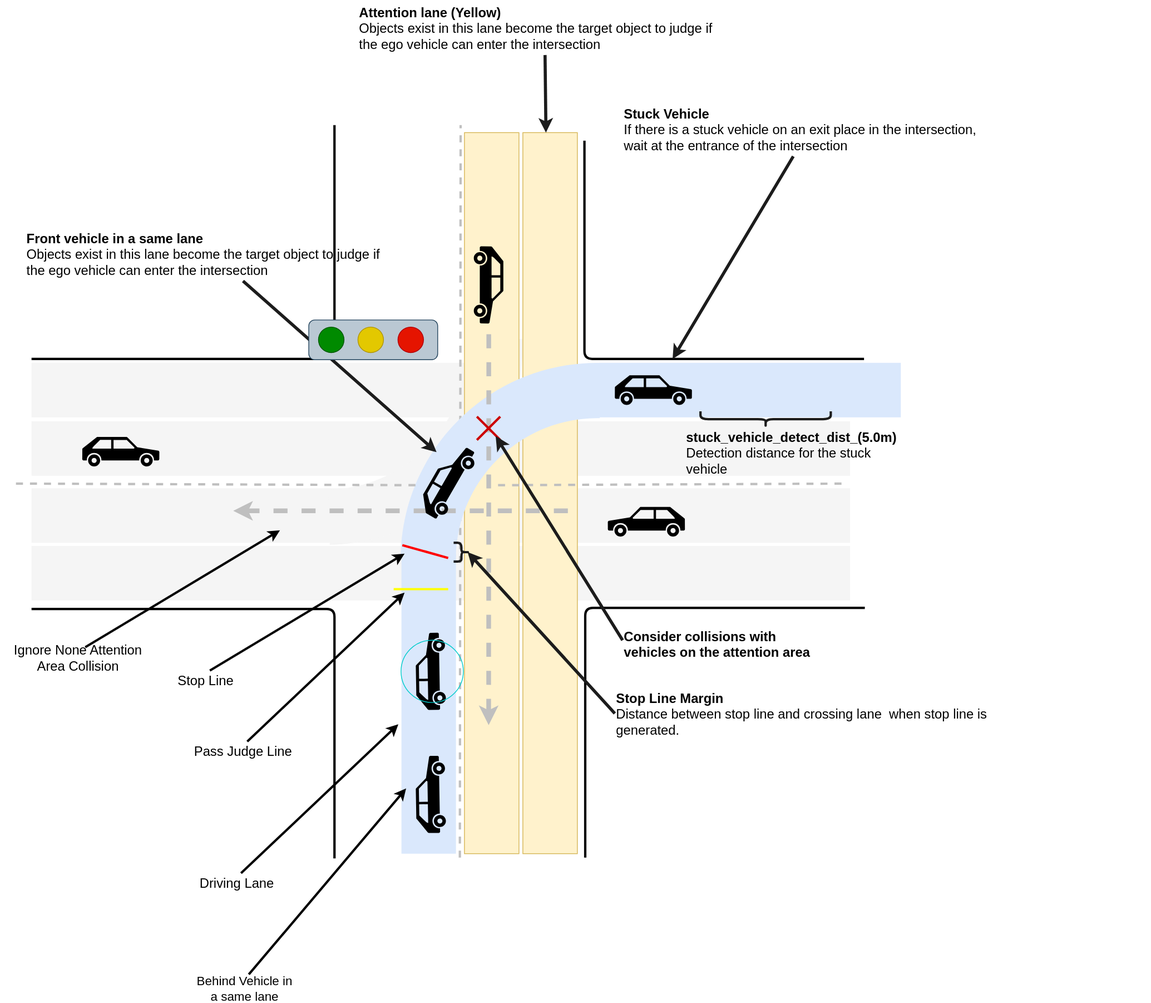
Before: main/planning/behavior_velocity_planner/docs/intersection/intersection.drawio.svg, a diagram exported from draw.io (leo-drive/avte.autoware_universe). Source tidied: cells renumbered, new cells last; positions are measured from the earlier drawing's top-left corner, leaving out a move shared by most shapes.
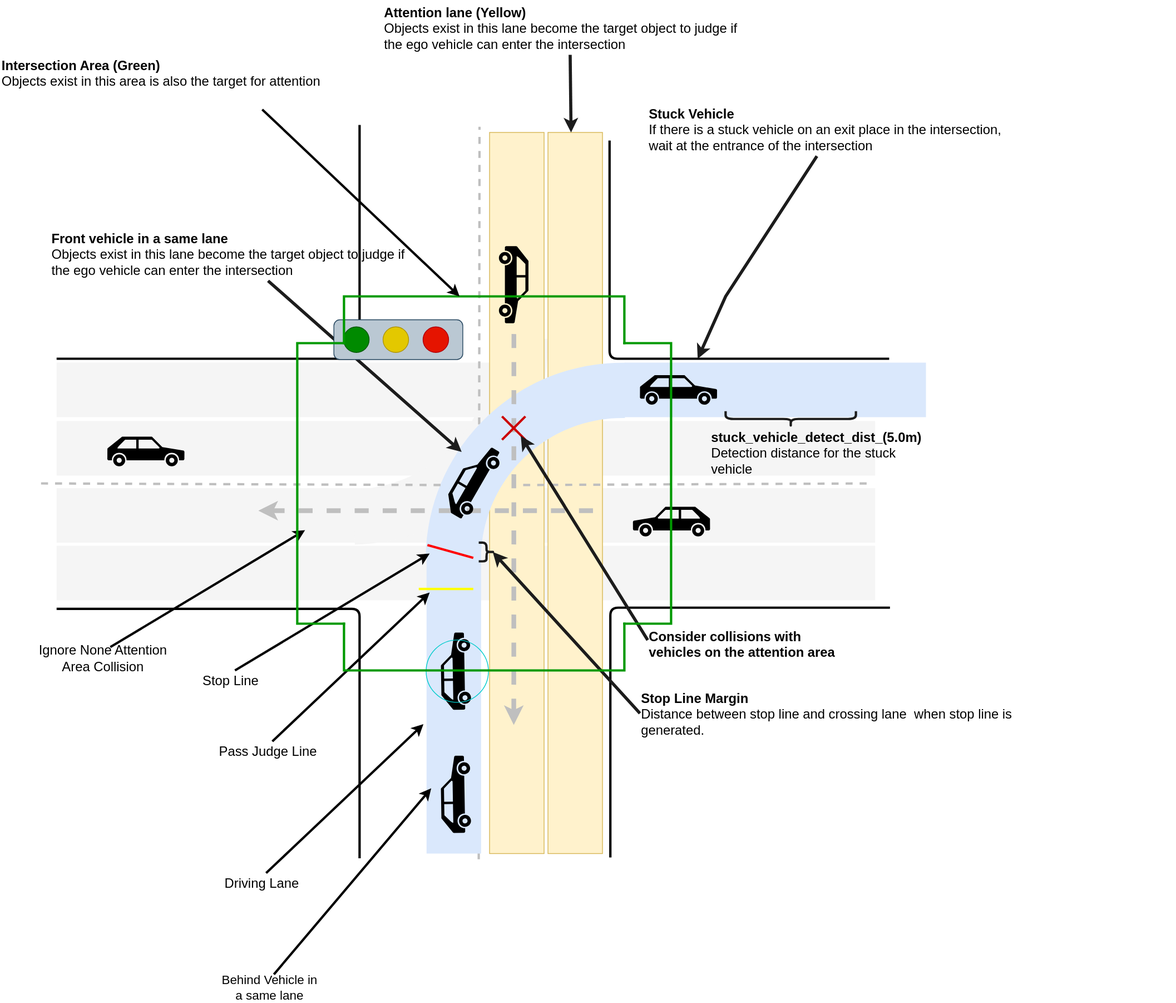
The same file after the commit.

Change to the diagram source:
```diff
@@ -49,8 +49,8 @@
     </mxCell>
     <mxCell id="11" style="endArrow=none;html=1;strokeWidth=3;dashed=1;strokeColor=#BFBFBF;" parent="1" edge="1">
       <mxGeometry relative="1" as="geometry">
-        <mxPoint x="590" y="1100" as="sourcePoint" />
-        <mxPoint x="591" y="160" as="targetPoint" />
+        <mxPoint x="582" y="1102.3" as="sourcePoint" />
+        <mxPoint x="583" y="162.3" as="targetPoint" />
       </mxGeometry>
     </mxCell>
     <mxCell id="12" style="rounded=0;whiteSpace=wrap;html=1;fillColor=#dae8fc;rotation=90;strokeColor=none;" parent="1" vertex="1">
@@ -178,6 +178,9 @@
     <mxCell id="39" style="edgeStyle=none;rounded=0;jettySize=auto;html=1;entryX=0.25;entryY=0;entryDx=0;entryDy=0;startArrow=none;startFill=0;strokeColor=#1C1C1C;strokeWidth=4;" parent="1" edge="1" source="40">
       <mxGeometry relative="1" as="geometry">
         <mxPoint x="863.1" y="460.1" as="targetPoint" />
+        <Array as="points">
+          <mxPoint x="899" y="380" />
+        </Array>
       </mxGeometry>
     </mxCell>
     <mxCell id="40" value="&lt;b style=&quot;font-weight: normal ; font-size: 17px&quot; id=&quot;docs-internal-guid-3cb50825-7fff-e35d-befe-7d4a0cd7d086&quot;&gt;&lt;font style=&quot;font-size: 17px&quot;&gt;&lt;p dir=&quot;ltr&quot; style=&quot;line-height: 1.2 ; margin-top: 0pt ; margin-bottom: 0pt&quot;&gt;&lt;span style=&quot;font-family: &amp;#34;arial&amp;#34; ; color: rgb(0 , 0 , 0) ; background-color: transparent ; font-weight: 700 ; font-style: normal ; font-variant: normal ; text-decoration: none ; vertical-align: baseline&quot;&gt;Stuck Vehicle&lt;/span&gt;&lt;/p&gt;&lt;p dir=&quot;ltr&quot; style=&quot;line-height: 1.2 ; margin-top: 0pt ; margin-bottom: 0pt&quot;&gt;&lt;span style=&quot;font-family: &amp;#34;arial&amp;#34; ; color: rgb(0 , 0 , 0) ; background-color: transparent ; font-weight: 400 ; font-style: normal ; font-variant: normal ; text-decoration: none ; vertical-align: baseline&quot;&gt;If there is a stuck vehicle on an exit place in the intersection, wait at the entrance of the intersection&lt;/span&gt;&lt;/p&gt;&lt;/font&gt;&lt;/b&gt;" style="text;whiteSpace=wrap;html=1;" parent="1" vertex="1">
@@ -275,5 +278,26 @@
     <mxCell id="68" style="ellipse;whiteSpace=wrap;html=1;fillColor=none;strokeColor=#00CCCC;" parent="1" vertex="1">
       <mxGeometry x="514.5" y="821" width="80" height="80" as="geometry" />
     </mxCell>
+    <mxCell id="69" style="shape=partialRectangle;whiteSpace=wrap;html=1;bottom=1;right=1;left=1;top=0;fillColor=none;routingCenterX=-0.5;rotation=0;" parent="1" vertex="1">
+      <mxGeometry x="409" y="800" width="360" height="60" as="geometry" />
+    </mxCell>
+    <mxCell id="70" style="shape=partialRectangle;whiteSpace=wrap;html=1;bottom=1;right=1;left=1;top=0;fillColor=none;routingCenterX=-0.5;rotation=0;strokeWidth=3;strokeColor=#009900;" parent="1" vertex="1">
+      <mxGeometry x="409" y="800" width="360" height="60" as="geometry" />
+    </mxCell>
+    <mxCell id="71" style="shape=partialRectangle;whiteSpace=wrap;html=1;bottom=1;right=1;left=1;top=0;fillColor=none;routingCenterX=-0.5;rotation=-180;strokeWidth=3;strokeColor=#009900;" parent="1" vertex="1">
+      <mxGeometry x="409" y="380" width="360" height="60" as="geometry" />
+    </mxCell>
+    <mxCell id="72" style="shape=partialRectangle;whiteSpace=wrap;html=1;bottom=1;right=1;left=1;top=0;fillColor=none;routingCenterX=-0.5;rotation=90;strokeWidth=3;strokeColor=#009900;" parent="1" vertex="1">
+      <mxGeometry x="199" y="590" width="360" height="60" as="geometry" />
+    </mxCell>
+    <mxCell id="73" style="shape=partialRectangle;whiteSpace=wrap;html=1;bottom=1;right=1;left=1;top=0;fillColor=none;routingCenterX=-0.5;rotation=-90;strokeWidth=3;strokeColor=#009900;" parent="1" vertex="1">
+      <mxGeometry x="619" y="590" width="360" height="60" as="geometry" />
+    </mxCell>
+    <mxCell id="74" style="endArrow=classic;html=1;strokeWidth=3;exitX=0.7;exitY=1.03;exitDx=0;exitDy=0;exitPerimeter=0;" parent="1" edge="1" source="75" target="71">
+      <mxGeometry relative="1" as="geometry" />
+    </mxCell>
+    <mxCell id="75" value="&lt;b style=&quot;font-weight: normal ; font-size: 17px&quot; id=&quot;docs-internal-guid-3cb50825-7fff-e35d-befe-7d4a0cd7d086&quot;&gt;&lt;font style=&quot;font-size: 17px&quot;&gt;&lt;p dir=&quot;ltr&quot; style=&quot;line-height: 1.2 ; margin-top: 0pt ; margin-bottom: 0pt&quot;&gt;&lt;span style=&quot;font-family: &amp;quot;arial&amp;quot; ; color: rgb(0 , 0 , 0) ; background-color: transparent ; font-weight: 700 ; font-style: normal ; font-variant: normal ; text-decoration: none ; vertical-align: baseline&quot;&gt;Intersection Area (Green)&lt;/span&gt;&lt;/p&gt;&lt;p dir=&quot;ltr&quot; style=&quot;line-height: 1.2 ; margin-top: 0pt ; margin-bottom: 0pt&quot;&gt;&lt;span style=&quot;font-family: &amp;quot;arial&amp;quot; ; color: rgb(0 , 0 , 0) ; background-color: transparent ; font-weight: 400 ; font-style: normal ; font-variant: normal ; text-decoration: none ; vertical-align: baseline&quot;&gt;Objects exist in this area is also the target for attention&lt;/span&gt;&lt;/p&gt;&lt;/font&gt;&lt;/b&gt;" style="text;whiteSpace=wrap;html=1;" parent="1" vertex="1">
+      <mxGeometry x="-32" y="68" width="480" height="70" as="geometry" />
+    </mxCell>
   </root>
 </mxGraphModel>
```
